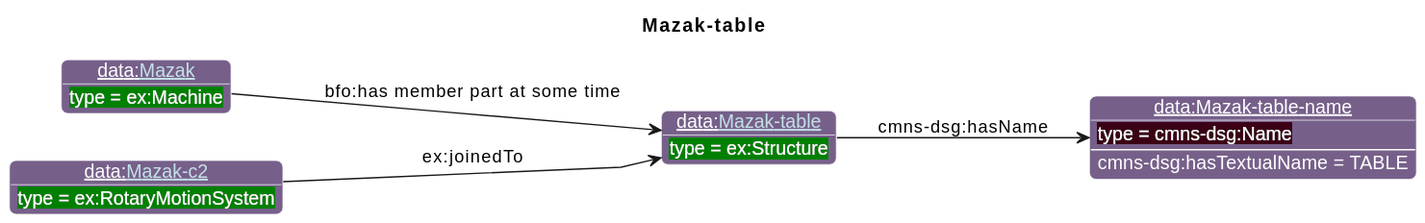
Before: diagrams/Mazak-table.svg, a diagram exported from PlantUML (iofoundry/example-syseng-mtconnect).
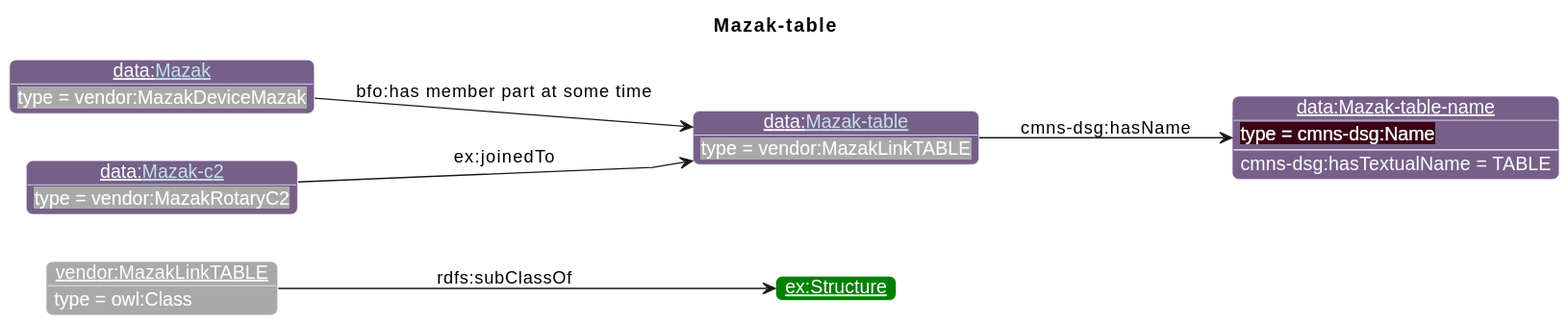
After the commit.

The edit, as a diff of the source:
```diff
@@ -19,12 +19,15 @@
                       "ns1":"76608A",
 "ex":"Green","data":"76608A","core":"000000","units":"8A2D3B","qp":"641B2E","cmns-dsg":"3A0519"
 }
-individual(o1, data:[[./Mazak-table.html Mazak-table]], ex:Structure)
-individual(o2, data:Mazak-table-name, cmns-dsg:Name)
-individual(o3, data:[[./Mazak.html Mazak]], ex:Machine)
-individual(o4, data:[[./Mazak-c2.html Mazak-c2]], ex:RotaryMotionSystem)
-property(o1, cmns-dsg:hasName, o2)
-data(o2, cmns-dsg:hasTextualName, TABLE)
-property(o3, "bfo:has member part at some time", o1)
-property(o4, ex:joinedTo, o1)
+individual(o1, vendor:MazakLinkTABLE, owl:Class)
+individual(o2, ex:Structure)
+individual(o3, data:[[./Mazak-table.html Mazak-table]], vendor:MazakLinkTABLE)
+individual(o4, data:Mazak-table-name, cmns-dsg:Name)
+individual(o5, data:[[./Mazak.html Mazak]], vendor:MazakDeviceMazak)
+individual(o6, data:[[./Mazak-c2.html Mazak-c2]], vendor:MazakRotaryC2)
+property(o1, rdfs:subClassOf, o2)
+property(o3, cmns-dsg:hasName, o4)
+data(o4, cmns-dsg:hasTextualName, TABLE)
+property(o5, "bfo:has member part at some time", o3)
+property(o6, ex:joinedTo, o3)
 @enduml
```
